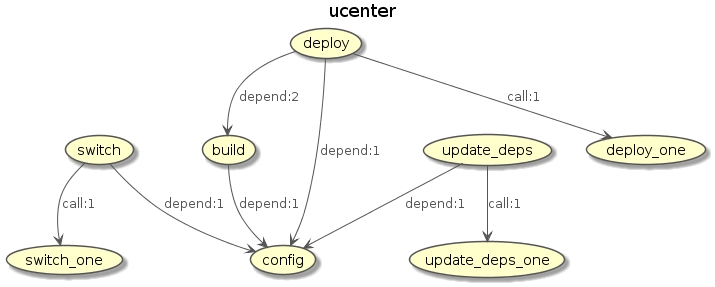
jawira/phing-visualizer keeps this PlantUML diagram as resources/readme/ucenter.png. Above is the earlier version. Its diagram source:
```plantuml
@startuml
title ucenter
hide stereotype
skinparam Arrow {
Color #555555
FontColor #555555
}
skinparam UseCase {
BackgroundColor #FFFFCC
BorderColor #555555
}

skinparam UseCase {
BackgroundColor<< ucenter >> #FFFFCC
}
(config)<< ucenter >>
(build)<< ucenter >>
(deploy)<< ucenter >>
(deploy_one)<< ucenter >>
(switch)<< ucenter >>
(switch_one)<< ucenter >>
(update_deps)<< ucenter >>
(update_deps_one)<< ucenter >>


(build) --> (config) : depend:1
(deploy) --> (deploy_one) : call:1
(deploy) --> (config) : depend:1
(deploy) --> (build) : depend:2
(switch) --> (switch_one) : call:1
(switch) --> (config) : depend:1
(update_deps) --> (update_deps_one) : call:1
(update_deps) --> (config) : depend:1
@enduml
```
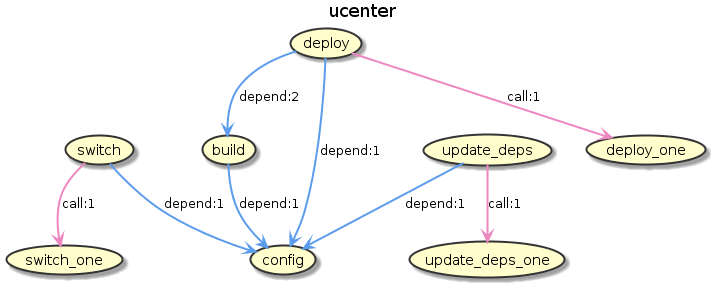
The same diagram one commit later.

Change to the diagram source:
```diff
@@ -1,34 +1,28 @@
 @startuml
 title ucenter
-hide stereotype
-skinparam Arrow {
-Color #555555
-FontColor #555555
-}
-skinparam UseCase {
-BackgroundColor #FFFFCC
-BorderColor #555555
-}
+skinparam ArrowFontColor Black
+skinparam ArrowThickness 2
+skinparam UseCaseBackgroundColor #FFFECC
+skinparam UseCaseBorderColor #333333
+skinparam UseCaseBorderThickness 2
+skinparam UseCaseFontColor Black
 
-skinparam UseCase {
-BackgroundColor<< ucenter >> #FFFFCC
-}
-(config)<< ucenter >>
-(build)<< ucenter >>
-(deploy)<< ucenter >>
-(deploy_one)<< ucenter >>
-(switch)<< ucenter >>
-(switch_one)<< ucenter >>
-(update_deps)<< ucenter >>
-(update_deps_one)<< ucenter >>
+(config)
+(build)
+(deploy)
+(deploy_one)
+(switch)
+(switch_one)
+(update_deps)
+(update_deps_one)
 
 
-(build) --> (config) : depend:1
-(deploy) --> (deploy_one) : call:1
-(deploy) --> (config) : depend:1
-(deploy) --> (build) : depend:2
-(switch) --> (switch_one) : call:1
-(switch) --> (config) : depend:1
-(update_deps) --> (update_deps_one) : call:1
-(update_deps) --> (config) : depend:1
+(build) -[#5D9CEC]-> (config) : depend:1
+(deploy) -[#EC87C0]-> (deploy_one) : call:1
+(deploy) -[#5D9CEC]-> (config) : depend:1
+(deploy) -[#5D9CEC]-> (build) : depend:2
+(switch) -[#EC87C0]-> (switch_one) : call:1
+(switch) -[#5D9CEC]-> (config) : depend:1
+(update_deps) -[#EC87C0]-> (update_deps_one) : call:1
+(update_deps) -[#5D9CEC]-> (config) : depend:1
 @enduml
```
